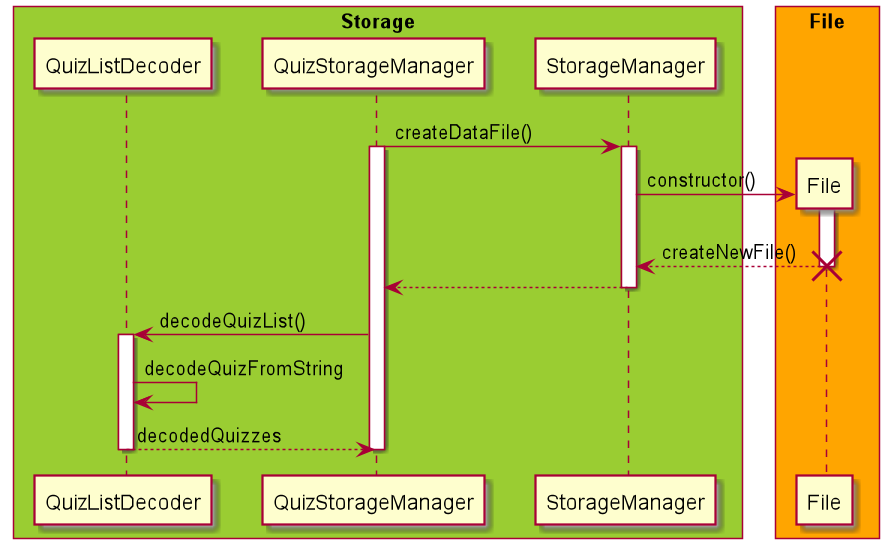
Earlier version of the PlantUML export docs/diagram/QuizReadStorage.png (untitle4/tp). The source it was exported from:
```plantuml
@startuml

skinparam ParticipantPadding 10
skinparam BoxPadding 5

box "Storage" #YellowGreen
participant QuizListDecoder
participant QuizStorageManager
participant StorageManager
end box

box "File" #orange
participant File
end box

QuizStorageManager -> StorageManager : createDataFile()
activate QuizStorageManager
activate StorageManager
StorageManager -> File ** : constructor()
activate File
File --> StorageManager : createNewFile()
deactivate File
destroy File
StorageManager --> QuizStorageManager
deactivate StorageManager
QuizStorageManager -> QuizListDecoder : decodeQuizList()
activate QuizListDecoder
QuizListDecoder -> QuizListDecoder : decodeQuizFromString
QuizListDecoder --> QuizStorageManager : decodedQuizzes
deactivate QuizListDecoder
deactivate QuizStorageManager


@enduml
```
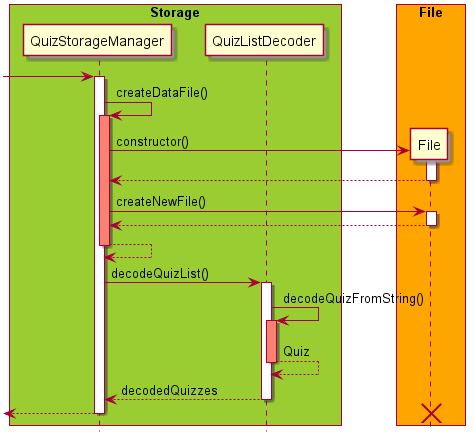
After the change.

Change to the diagram source:
```diff
@@ -2,33 +2,41 @@
 
 skinparam ParticipantPadding 10
 skinparam BoxPadding 5
+hide footbox
 
 box "Storage" #YellowGreen
+participant QuizStorageManager
 participant QuizListDecoder
-participant QuizStorageManager
-participant StorageManager
 end box
 
 box "File" #orange
 participant File
 end box
+-> QuizStorageManager
+activate QuizStorageManager
+QuizStorageManager -> QuizStorageManager : createDataFile()
+activate QuizStorageManager #salmon
+QuizStorageManager -> File ** : constructor()
+activate File
+File --> QuizStorageManager
+deactivate File
+QuizStorageManager -> File : createNewFile()
+activate File
+File --> QuizStorageManager
+deactivate File
+QuizStorageManager --> QuizStorageManager
+deactivate QuizStorageManager
 
-QuizStorageManager -> StorageManager : createDataFile()
-activate QuizStorageManager
-activate StorageManager
-StorageManager -> File ** : constructor()
-activate File
-File --> StorageManager : createNewFile()
-deactivate File
-destroy File
-StorageManager --> QuizStorageManager
-deactivate StorageManager
 QuizStorageManager -> QuizListDecoder : decodeQuizList()
 activate QuizListDecoder
-QuizListDecoder -> QuizListDecoder : decodeQuizFromString
+QuizListDecoder -> QuizListDecoder : decodeQuizFromString()
+activate QuizListDecoder #salmon
+QuizListDecoder --> QuizListDecoder : Quiz
+deactivate QuizListDecoder
 QuizListDecoder --> QuizStorageManager : decodedQuizzes
 deactivate QuizListDecoder
+<-- QuizStorageManager
 deactivate QuizStorageManager
-
+destroy File
 
 @enduml
```
